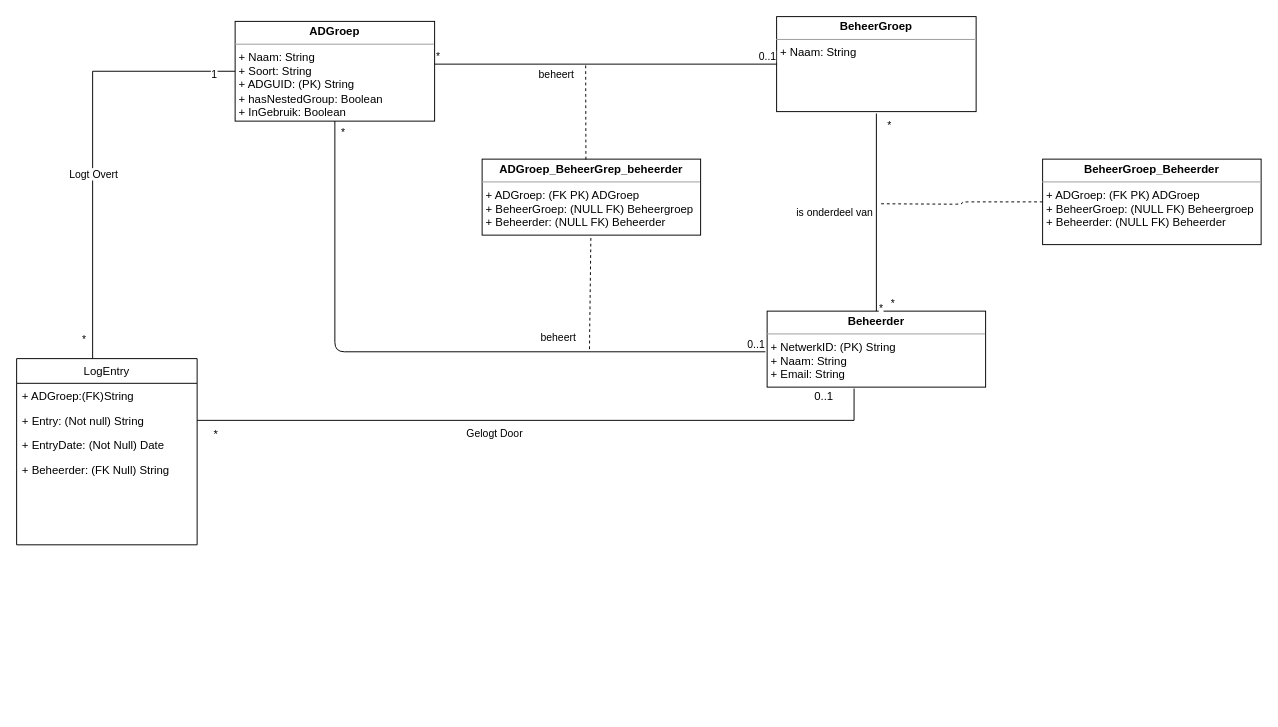
Earlier version of the draw.io diagram ERD Diagram.drawio (cjbruin/Cbruin). Source tidied: cells renumbered, new cells numbered last; positions are measured from the earlier drawing's top-left corner, leaving out a move shared by most shapes. Both pictures are drawn from the tidied source at 95%, with x=0, y=0 at pixel (16, 16).
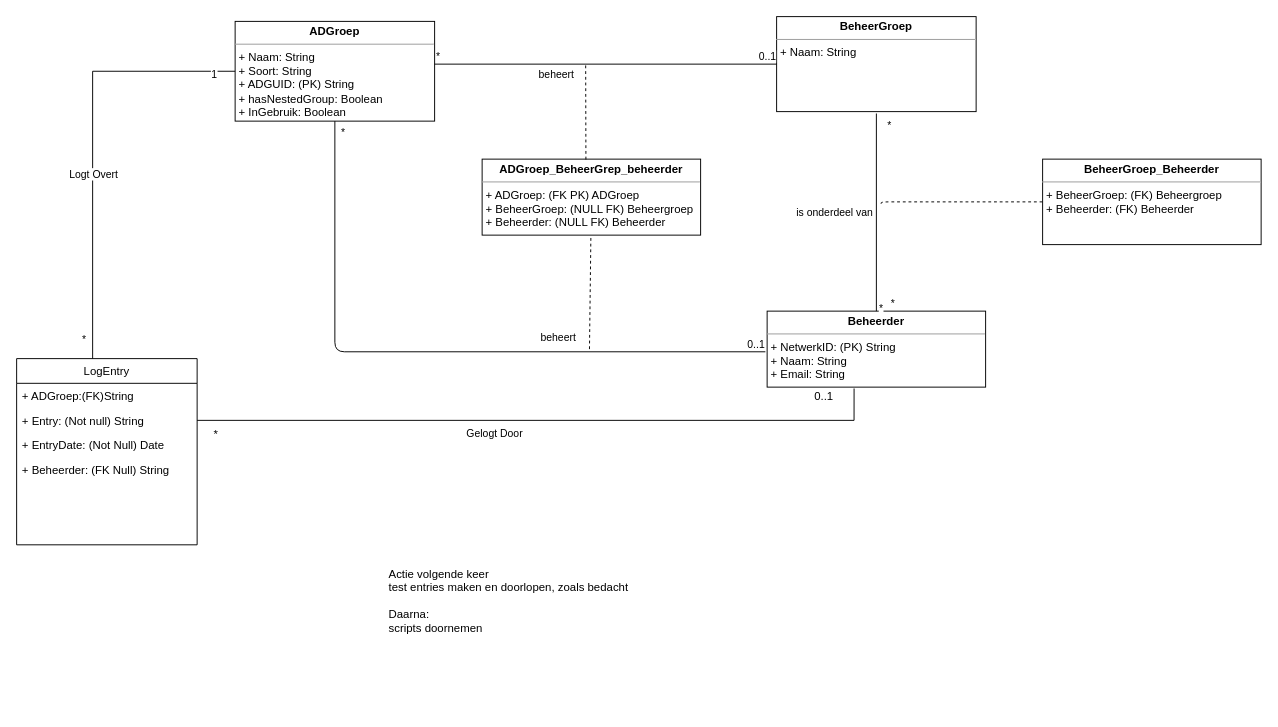
Above is the later version.

Diff of the diagram source:
```diff
@@
-    <mxCell id="10" value="&lt;p style=&quot;margin: 0px ; margin-top: 4px ; text-align: center&quot;&gt;&lt;b&gt;BeheerGroep_Beheerder&lt;/b&gt;&lt;/p&gt;&lt;hr size=&quot;1&quot;&gt;&lt;p style=&quot;margin: 0px ; margin-left: 4px&quot;&gt;+ ADGroep: (FK PK) ADGroep&amp;nbsp;&lt;/p&gt;&lt;p style=&quot;margin: 0px ; margin-left: 4px&quot;&gt;+ BeheerGroep: (NULL FK) Beheergroep&lt;/p&gt;&lt;p style=&quot;margin: 0px ; margin-left: 4px&quot;&gt;+ Beheerder: (NULL FK) Beheerder&lt;/p&gt;" style="verticalAlign=top;align=left;overflow=fill;fontSize=12;fontFamily=Helvetica;html=1;rounded=0;shadow=0;comic=0;labelBackgroundColor=none;strokeWidth=1;" parent="1" vertex="1">
+    <mxCell id="10" value="&lt;p style=&quot;margin: 0px ; margin-top: 4px ; text-align: center&quot;&gt;&lt;b&gt;BeheerGroep_Beheerder&lt;/b&gt;&lt;/p&gt;&lt;hr size=&quot;1&quot;&gt;&lt;p style=&quot;margin: 0px ; margin-left: 4px&quot;&gt;+&amp;nbsp;&lt;span&gt;BeheerGroep: (FK) Beheergroep&lt;/span&gt;&lt;/p&gt;&lt;p style=&quot;margin: 0px ; margin-left: 4px&quot;&gt;+ Beheerder: (FK) Beheerder&lt;/p&gt;" style="verticalAlign=top;align=left;overflow=fill;fontSize=12;fontFamily=Helvetica;html=1;rounded=0;shadow=0;comic=0;labelBackgroundColor=none;strokeWidth=1;" parent="1" vertex="1">
       <mxGeometry x="1080" y="150" width="230" height="90" as="geometry" />
     </mxCell>
@@
     <mxCell id="16" style="endArrow=none;html=1;edgeStyle=orthogonalEdgeStyle;entryX=0;entryY=0.5;entryDx=0;entryDy=0;dashed=1;" parent="1" edge="1" target="10">
       <mxGeometry relative="1" as="geometry">
         <mxPoint x="910" y="197" as="sourcePoint" />
+        <Array as="points">
+          <mxPoint x="910" y="195" />
+        </Array>
       </mxGeometry>
     </mxCell>
@@
+    <mxCell id="36" value="Actie volgende keer&lt;br&gt;test entries maken en doorlopen, zoals bedacht&lt;br&gt;&lt;br&gt;Daarna:&lt;br&gt;scripts doornemen" style="text;html=1;strokeColor=none;fillColor=none;align=left;verticalAlign=middle;whiteSpace=wrap;rounded=0;" parent="1" vertex="1">
+      <mxGeometry x="390" y="500" width="780" height="230" as="geometry" />
+    </mxCell>
```
